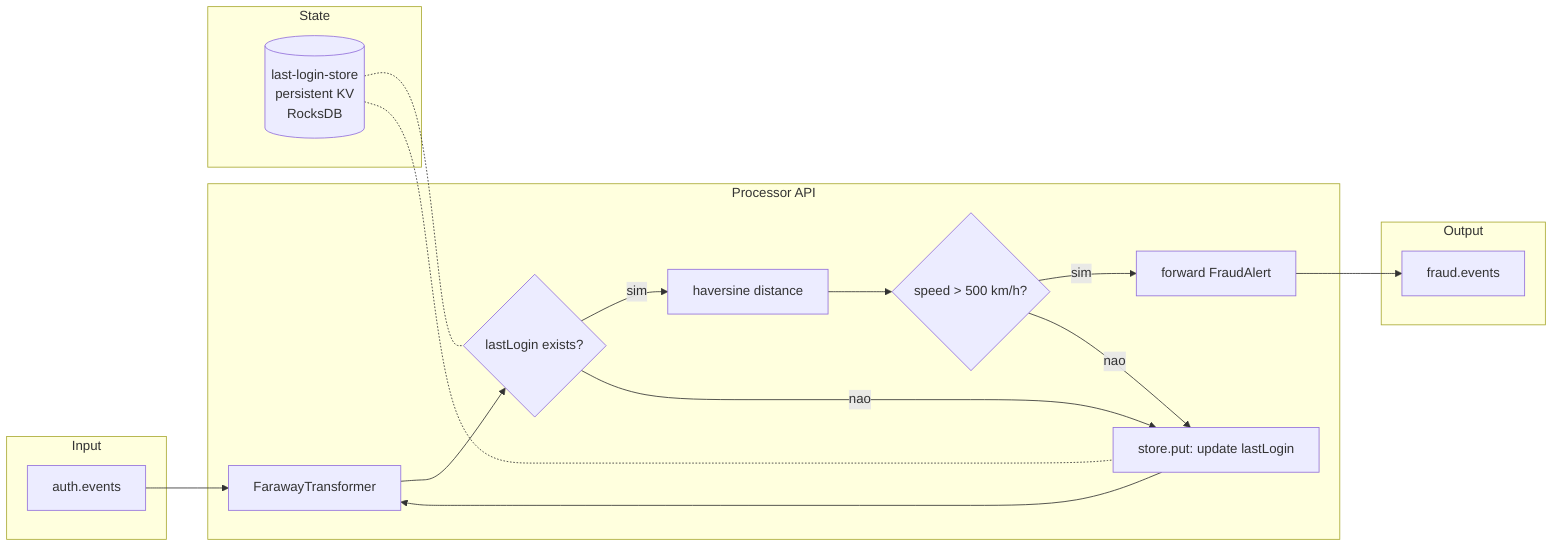
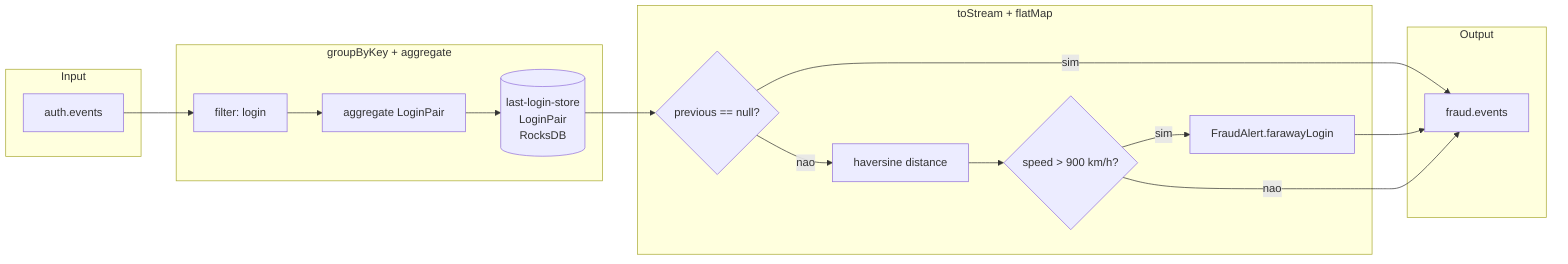
flowchart LR
    subgraph Input
        A[auth.events]
    end
-     subgraph Process [Processor API]
-         B[FarawayTransformer]
-         C{lastLogin exists?}
-         D[haversine distance]
-         E{speed > 500 km/h?}
-         F[forward FraudAlert]
-         G[store.put: update lastLogin]
+     subgraph Aggregate [groupByKey + aggregate]
+         B[filter: login]
+         C[aggregate LoginPair]
+         D[(last-login-store<br/>LoginPair<br/>RocksDB)]
    end
-     subgraph State
-         H[(last-login-store<br/>persistent KV<br/>RocksDB)]
+     subgraph FlatMap [toStream + flatMap]
+         E{previous == null?}
+         F[haversine distance]
+         G{speed > 900 km/h?}
+         H[FraudAlert.farawayLogin]
    end
    subgraph Output
        I[fraud.events]
    end
-     A --> B
-     B --> C
-     C -- sim --> D --> E -- sim --> F --> I
-     C -- nao --> G
-     E -- nao --> G
-     G --> B
-     H -.- C
-     H -.- G
+     A --> B --> C --> D
+     D --> E
+     E -- sim --> I
+     E -- nao --> F --> G
+     G -- sim --> H --> I
+     G -- nao --> I
